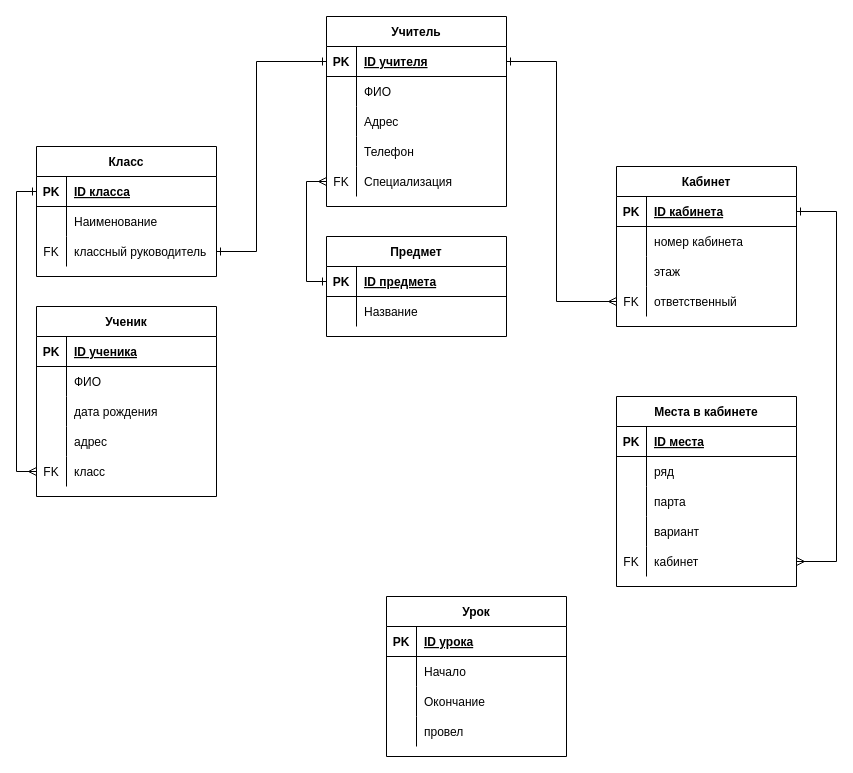
The draw.io diagram school.drawio in jokerjam-s/GB_Databases_HomeWork_003, before the edit. Source tidied: cells renumbered, new cells numbered last; positions are measured from the earlier drawing's top-left corner, leaving out a move shared by most shapes. Both pictures are drawn from the tidied source at 100%, with x=0, y=0 at pixel (36, 16).
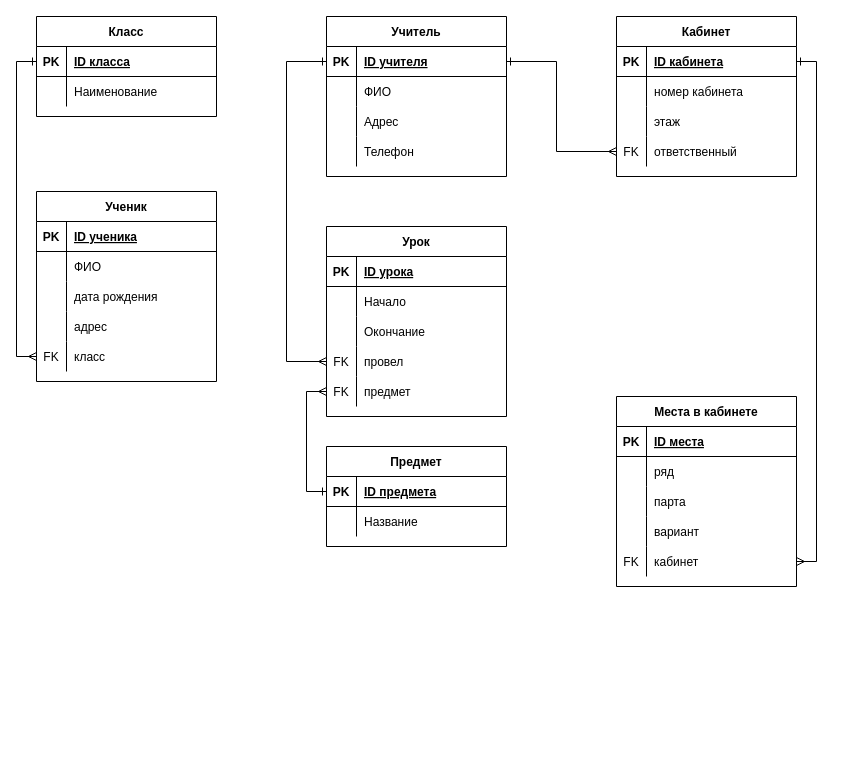
After the change.

Unchanged cells that the change refers to:
```xml
<mxCell id="13" style="shape=tableRow;horizontal=0;startSize=0;swimlaneHead=0;swimlaneBody=0;fillColor=none;points=[[0,0.5],[1,0.5]];portConstraint=eastwest;top=0;left=0;right=0;bottom=1;" parent="12" vertex="1">
  <mxGeometry y="30" width="180" height="30" as="geometry" />
</mxCell>
<mxCell id="22" style="shape=tableRow;horizontal=0;startSize=0;swimlaneHead=0;swimlaneBody=0;fillColor=none;points=[[0,0.5],[1,0.5]];portConstraint=eastwest;top=0;left=0;right=0;bottom=0;" parent="12" vertex="1">
  <mxGeometry y="120" width="180" height="30" as="geometry" />
</mxCell>
<mxCell id="54" style="shape=tableRow;horizontal=0;startSize=0;swimlaneHead=0;swimlaneBody=0;fillColor=none;points=[[0,0.5],[1,0.5]];portConstraint=eastwest;top=0;left=0;right=0;bottom=0;" parent="41" vertex="1">
  <mxGeometry y="150" width="180" height="30" as="geometry" />
</mxCell>
<mxCell id="58" style="shape=tableRow;horizontal=0;startSize=0;swimlaneHead=0;swimlaneBody=0;fillColor=none;points=[[0,0.5],[1,0.5]];portConstraint=eastwest;top=0;left=0;right=0;bottom=1;" parent="57" vertex="1">
  <mxGeometry y="30" width="180" height="30" as="geometry" />
</mxCell>
<mxCell id="83" style="shape=tableRow;horizontal=0;startSize=0;swimlaneHead=0;swimlaneBody=0;fillColor=none;points=[[0,0.5],[1,0.5]];portConstraint=eastwest;top=0;left=0;right=0;bottom=0;" parent="73" vertex="1">
  <mxGeometry y="120" width="180" height="30" as="geometry" />
</mxCell>
<mxCell id="87" style="shape=tableRow;horizontal=0;startSize=0;swimlaneHead=0;swimlaneBody=0;fillColor=none;points=[[0,0.5],[1,0.5]];portConstraint=eastwest;top=0;left=0;right=0;bottom=1;" parent="86" vertex="1">
  <mxGeometry y="30" width="180" height="30" as="geometry" />
</mxCell>
```

Change to the diagram source:
```diff
@@
     <mxCell id="2" value="Класс" style="shape=table;startSize=30;childLayout=tableLayout;rowLines=0;fontStyle=1;align=center;" parent="1" vertex="1">
-      <mxGeometry y="130" width="180" height="130" as="geometry" />
+      <mxGeometry width="180" height="100" as="geometry" />
     </mxCell>
@@
-    <mxCell id="9" style="shape=tableRow;horizontal=0;startSize=0;swimlaneHead=0;swimlaneBody=0;fillColor=none;points=[[0,0.5],[1,0.5]];portConstraint=eastwest;top=0;left=0;right=0;bottom=0;" parent="2" vertex="1">
-      <mxGeometry y="90" width="180" height="30" as="geometry" />
-    </mxCell>
-    <mxCell id="10" value="FK" style="shape=partialRectangle;fillColor=none;top=0;left=0;bottom=0;right=0;fontStyle=0;overflow=hidden;" parent="9" vertex="1">
-      <mxGeometry width="30" height="30" as="geometry" />
-    </mxCell>
-    <mxCell id="11" value="классный руководитель" style="shape=partialRectangle;fillColor=none;top=0;left=0;bottom=0;right=0;align=left;spacingLeft=6;fontStyle=0;overflow=hidden;" parent="9" vertex="1">
-      <mxGeometry x="30" width="150" height="30" as="geometry" />
-    </mxCell>
     <mxCell id="12" value="Кабинет" style="shape=table;startSize=30;childLayout=tableLayout;rowLines=0;fontStyle=1;align=center;" parent="1" vertex="1">
-      <mxGeometry x="580" y="150" width="180" height="160" as="geometry" />
+      <mxGeometry x="580" width="180" height="160" as="geometry" />
     </mxCell>
@@
     <mxCell id="25" value="Ученик" style="shape=table;startSize=30;childLayout=tableLayout;rowLines=0;fontStyle=1;align=center;" parent="1" vertex="1">
-      <mxGeometry y="290" width="180" height="190" as="geometry" />
+      <mxGeometry y="175" width="180" height="190" as="geometry" />
     </mxCell>
@@
     <mxCell id="57" value="Учитель" style="shape=table;startSize=30;childLayout=tableLayout;rowLines=0;fontStyle=1;align=center;" parent="1" vertex="1">
-      <mxGeometry x="290" width="180" height="190" as="geometry" />
+      <mxGeometry x="290" width="180" height="160" as="geometry" />
     </mxCell>
@@
-    <mxCell id="70" style="shape=tableRow;horizontal=0;startSize=0;swimlaneHead=0;swimlaneBody=0;fillColor=none;points=[[0,0.5],[1,0.5]];portConstraint=eastwest;top=0;left=0;right=0;bottom=0;" parent="57" vertex="1">
-      <mxGeometry y="150" width="180" height="30" as="geometry" />
-    </mxCell>
-    <mxCell id="71" value="FK" style="shape=partialRectangle;fillColor=none;top=0;left=0;bottom=0;right=0;fontStyle=0;overflow=hidden;" parent="70" vertex="1">
-      <mxGeometry width="30" height="30" as="geometry" />
-    </mxCell>
-    <mxCell id="72" value="Специализация" style="shape=partialRectangle;fillColor=none;top=0;left=0;bottom=0;right=0;align=left;spacingLeft=6;fontStyle=0;overflow=hidden;" parent="70" vertex="1">
-      <mxGeometry x="30" width="150" height="30" as="geometry" />
-    </mxCell>
     <mxCell id="73" value="Урок" style="shape=table;startSize=30;childLayout=tableLayout;rowLines=0;fontStyle=1;align=center;" parent="1" vertex="1">
-      <mxGeometry x="350" y="580" width="180" height="160" as="geometry" />
+      <mxGeometry x="290" y="210" width="180" height="190" as="geometry" />
     </mxCell>
@@
-    <mxCell id="84" style="shape=partialRectangle;fillColor=none;top=0;left=0;bottom=0;right=0;overflow=hidden;" parent="83" vertex="1">
+    <mxCell id="84" value="FK" style="shape=partialRectangle;fillColor=none;top=0;left=0;bottom=0;right=0;overflow=hidden;" parent="83" vertex="1">
       <mxGeometry width="30" height="30" as="geometry" />
     </mxCell>
@@
+    <mxCell id="70" style="shape=tableRow;horizontal=0;startSize=0;swimlaneHead=0;swimlaneBody=0;fillColor=none;points=[[0,0.5],[1,0.5]];portConstraint=eastwest;top=0;left=0;right=0;bottom=0;" parent="73" vertex="1">
+      <mxGeometry y="150" width="180" height="30" as="geometry" />
+    </mxCell>
+    <mxCell id="98" value="FK" style="shape=partialRectangle;fillColor=none;top=0;left=0;bottom=0;right=0;fontStyle=0;overflow=hidden;" parent="70" vertex="1">
+      <mxGeometry width="30" height="30" as="geometry" />
+    </mxCell>
+    <mxCell id="99" value="предмет" style="shape=partialRectangle;fillColor=none;top=0;left=0;bottom=0;right=0;align=left;spacingLeft=6;fontStyle=0;overflow=hidden;" parent="70" vertex="1">
+      <mxGeometry x="30" width="150" height="30" as="geometry" />
+    </mxCell>
     <mxCell id="86" value="Предмет" style="shape=table;startSize=30;childLayout=tableLayout;rowLines=0;fontStyle=1;align=center;" parent="1" vertex="1">
-      <mxGeometry x="290" y="220" width="180" height="100" as="geometry" />
+      <mxGeometry x="290" y="430" width="180" height="100" as="geometry" />
     </mxCell>
@@
-    <mxCell id="94" style="edgeStyle=orthogonalEdgeStyle;rounded=0;jettySize=auto;html=1;startArrow=ERone;startFill=0;endArrow=ERone;endFill=0;" parent="1" edge="1" source="58" target="9">
-      <mxGeometry relative="1" as="geometry">
-        <Array as="points">
-          <mxPoint x="220" y="45" />
-          <mxPoint x="220" y="235" />
-        </Array>
-      </mxGeometry>
-    </mxCell>
-    <mxCell id="95" style="edgeStyle=orthogonalEdgeStyle;rounded=0;jettySize=auto;html=1;startArrow=ERone;startFill=0;endArrow=ERmany;endFill=0;" parent="1" edge="1" source="58" target="22">
+    <mxCell id="95" style="edgeStyle=orthogonalEdgeStyle;rounded=0;jettySize=auto;html=1;startArrow=ERone;startFill=0;endArrow=ERmany;endFill=0;entryX=0;entryY=0.5;entryDx=0;entryDy=0;" parent="1" edge="1" source="58" target="22">
       <mxGeometry relative="1" as="geometry">
         <Array as="points">
           <mxPoint x="520" y="45" />
-          <mxPoint x="520" y="285" />
+          <mxPoint x="520" y="135" />
         </Array>
       </mxGeometry>
     </mxCell>
+    <mxCell id="100" style="edgeStyle=orthogonalEdgeStyle;rounded=0;jettySize=auto;html=1;exitX=0;exitY=0.5;exitDx=0;exitDy=0;entryX=0;entryY=0.5;entryDx=0;entryDy=0;startArrow=ERone;startFill=0;endArrow=ERmany;endFill=0;" parent="1" edge="1" source="58" target="83">
+      <mxGeometry relative="1" as="geometry">
+        <Array as="points">
+          <mxPoint x="250" y="45" />
+          <mxPoint x="250" y="345" />
+        </Array>
+      </mxGeometry>
+    </mxCell>
+    <mxCell id="97" style="edgeStyle=orthogonalEdgeStyle;rounded=0;jettySize=auto;html=1;exitX=0;exitY=0.5;exitDx=0;exitDy=0;startArrow=ERone;startFill=0;endArrow=ERmany;endFill=0;entryX=0;entryY=0.5;entryDx=0;entryDy=0;" parent="1" edge="1" source="87" target="70">
+      <mxGeometry relative="1" as="geometry" />
+    </mxCell>
     <mxCell id="96" style="edgeStyle=orthogonalEdgeStyle;rounded=0;jettySize=auto;html=1;exitX=1;exitY=0.5;exitDx=0;exitDy=0;startArrow=ERone;startFill=0;endArrow=ERmany;endFill=0;" parent="1" edge="1" source="13" target="54">
-      <mxGeometry relative="1" as="geometry">
-        <Array as="points">
-          <mxPoint x="800" y="195" />
-          <mxPoint x="800" y="545" />
-        </Array>
-      </mxGeometry>
+      <mxGeometry relative="1" as="geometry" />
     </mxCell>
-    <mxCell id="97" style="edgeStyle=orthogonalEdgeStyle;rounded=0;jettySize=auto;html=1;exitX=0;exitY=0.5;exitDx=0;exitDy=0;startArrow=ERone;startFill=0;endArrow=ERmany;endFill=0;entryX=0;entryY=0.5;entryDx=0;entryDy=0;" parent="1" edge="1" source="87" target="70">
-      <mxGeometry relative="1" as="geometry" />
-    </mxCell>
```
